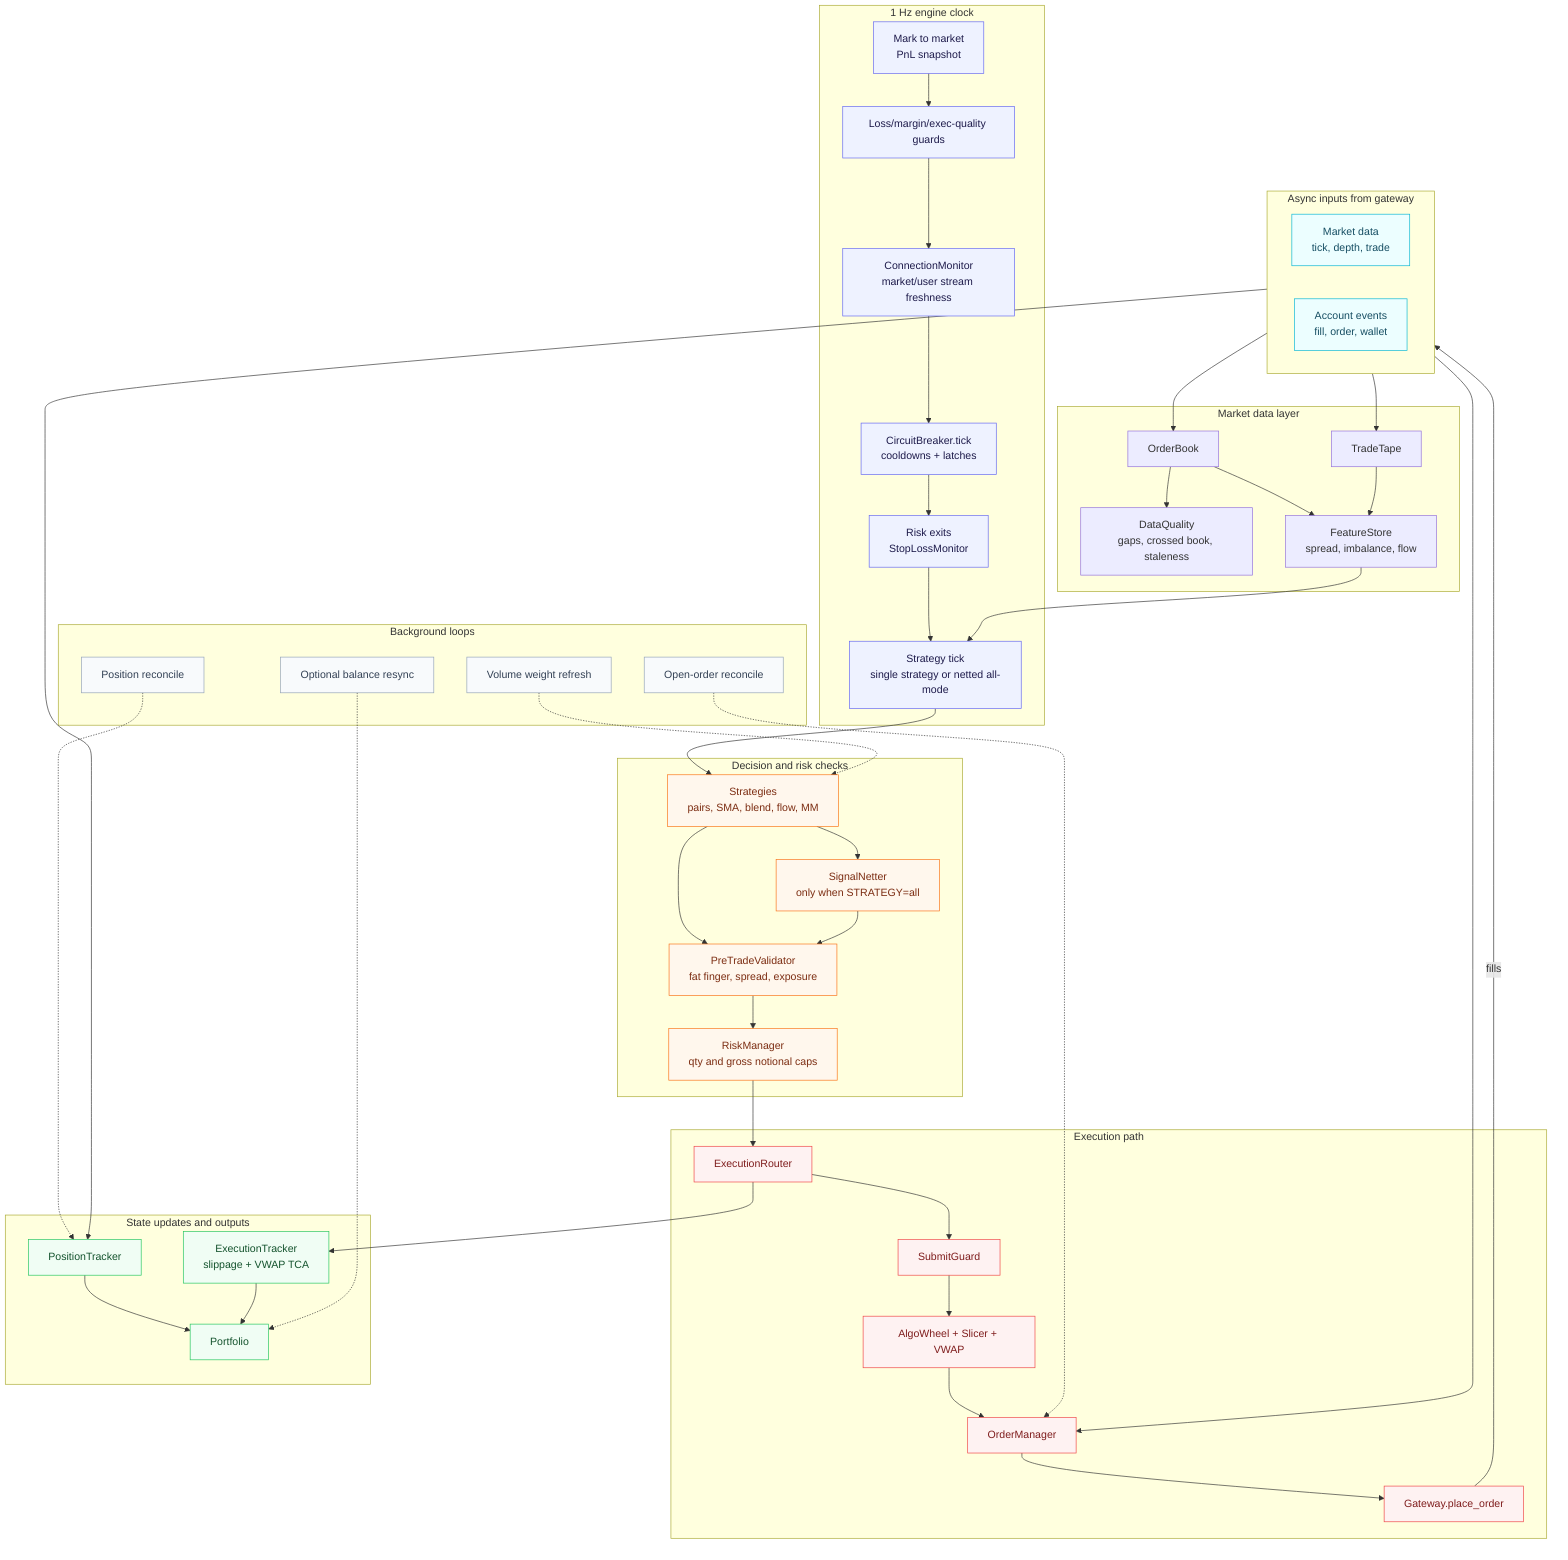
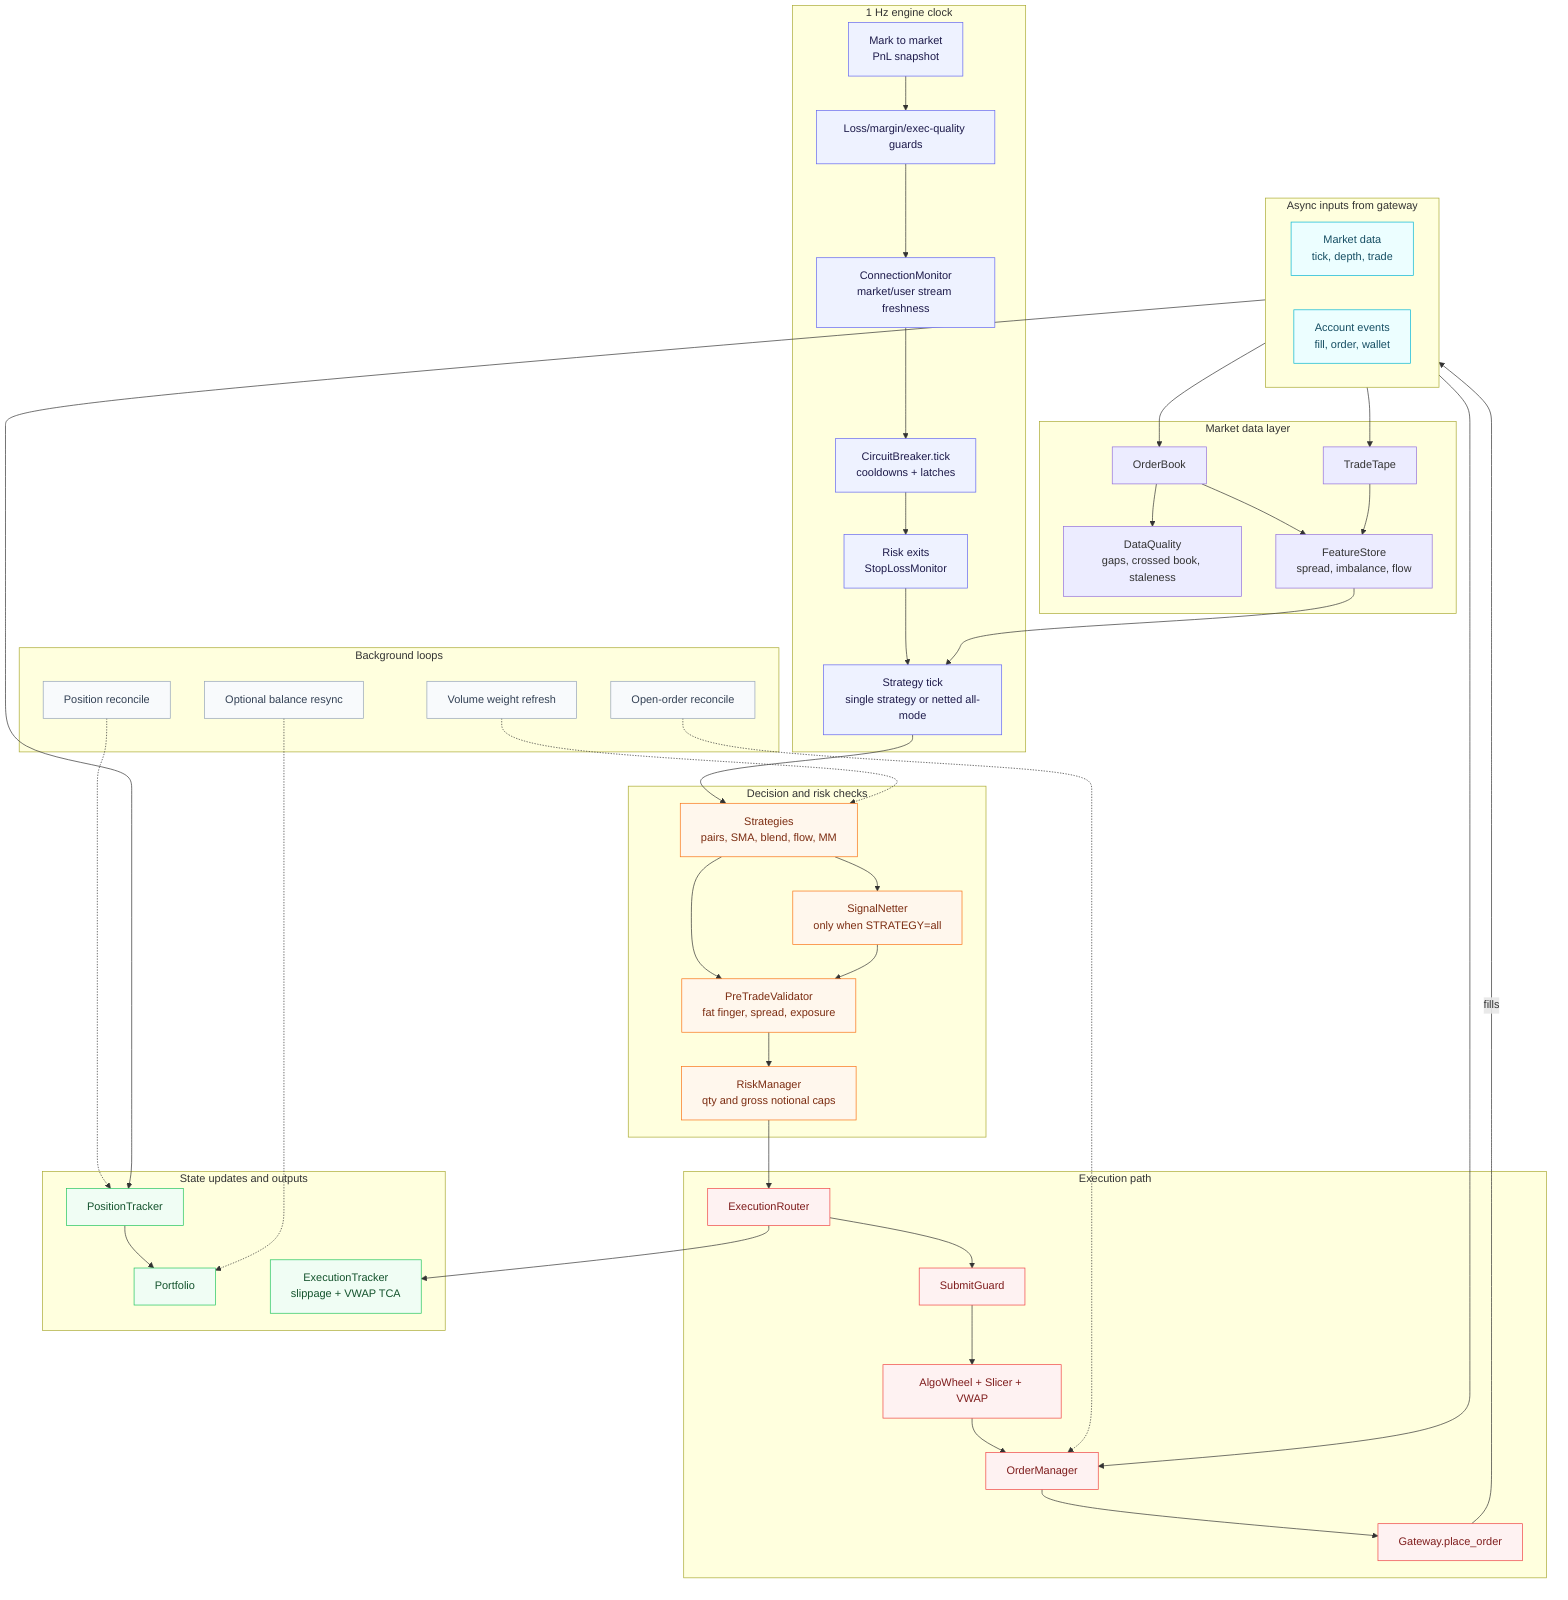
%% Per-tick and per-callback paths inside engine/
flowchart TB
    subgraph Inputs["Async inputs from gateway"]
        direction LR
        MDIN["Market data<br/>tick, depth, trade"]
        ACCT["Account events<br/>fill, order, wallet"]
    end

    subgraph MarketData["Market data layer"]
        OB["OrderBook"]
        TAPE["TradeTape"]
        QUALITY["DataQuality<br/>gaps, crossed book, staleness"]
        FEATURES["FeatureStore<br/>spread, imbalance, flow"]
        MDIN --> OB
        MDIN --> TAPE
        OB --> QUALITY
        OB --> FEATURES
        TAPE --> FEATURES
    end

    subgraph Clock["1 Hz engine clock"]
        MTM["Mark to market<br/>PnL snapshot"]
        GUARDS["Loss/margin/exec-quality guards"]
        HEALTH["ConnectionMonitor<br/>market/user stream freshness"]
        BREAKER["CircuitBreaker.tick<br/>cooldowns + latches"]
        EXITS["Risk exits<br/>StopLossMonitor"]
        SIGNALS["Strategy tick<br/>single strategy or netted all-mode"]
        MTM --> GUARDS --> HEALTH --> BREAKER --> EXITS --> SIGNALS
    end

    subgraph Decision["Decision and risk checks"]
        STRATEGY["Strategies<br/>pairs, SMA, blend, flow, MM"]
        NETTER["SignalNetter<br/>only when STRATEGY=all"]
        PRETRADE["PreTradeValidator<br/>fat finger, spread, exposure"]
        RISK["RiskManager<br/>qty and gross notional caps"]
        STRATEGY --> NETTER
        STRATEGY --> PRETRADE
        NETTER --> PRETRADE --> RISK
    end

    subgraph Execution["Execution path"]
        ROUTER["ExecutionRouter"]
        GUARD["SubmitGuard"]
        ALGOS["AlgoWheel + Slicer + VWAP"]
        OMS["OrderManager"]
        GATEWAY["Gateway.place_order"]
        ROUTER --> GUARD --> ALGOS --> OMS --> GATEWAY
    end

    subgraph State["State updates and outputs"]
        POS["PositionTracker"]
        PORT["Portfolio"]
        TCA["ExecutionTracker<br/>slippage + VWAP TCA"]
        POS --> PORT
    end

    FEATURES --> SIGNALS --> STRATEGY
    RISK --> ROUTER
    ROUTER --> TCA
    GATEWAY -->|"fills"| ACCT
    ACCT --> POS
    ACCT --> OMS
-     TCA --> PORT

    subgraph Background["Background loops"]
        RECON["Position reconcile"]
        OREC["Open-order reconcile"]
        VOL["Volume weight refresh"]
        BAL["Optional balance resync"]
    end

    RECON -.-> POS
    OREC -.-> OMS
    VOL -.-> STRATEGY
    BAL -.-> PORT

    classDef input fill:#ecfeff,stroke:#06b6d4,color:#164e63
    classDef clock fill:#eef2ff,stroke:#6366f1,color:#1e1b4b
    classDef decision fill:#fff7ed,stroke:#f97316,color:#7c2d12
    classDef exec fill:#fef2f2,stroke:#ef4444,color:#7f1d1d
    classDef state fill:#f0fdf4,stroke:#22c55e,color:#14532d
    classDef bg fill:#f8fafc,stroke:#94a3b8,color:#334155

    class MDIN,ACCT input
    class MTM,GUARDS,HEALTH,BREAKER,EXITS,SIGNALS clock
    class STRATEGY,NETTER,PRETRADE,RISK decision
    class ROUTER,GUARD,ALGOS,OMS,GATEWAY exec
    class POS,PORT,TCA state
    class RECON,OREC,VOL,BAL bg
